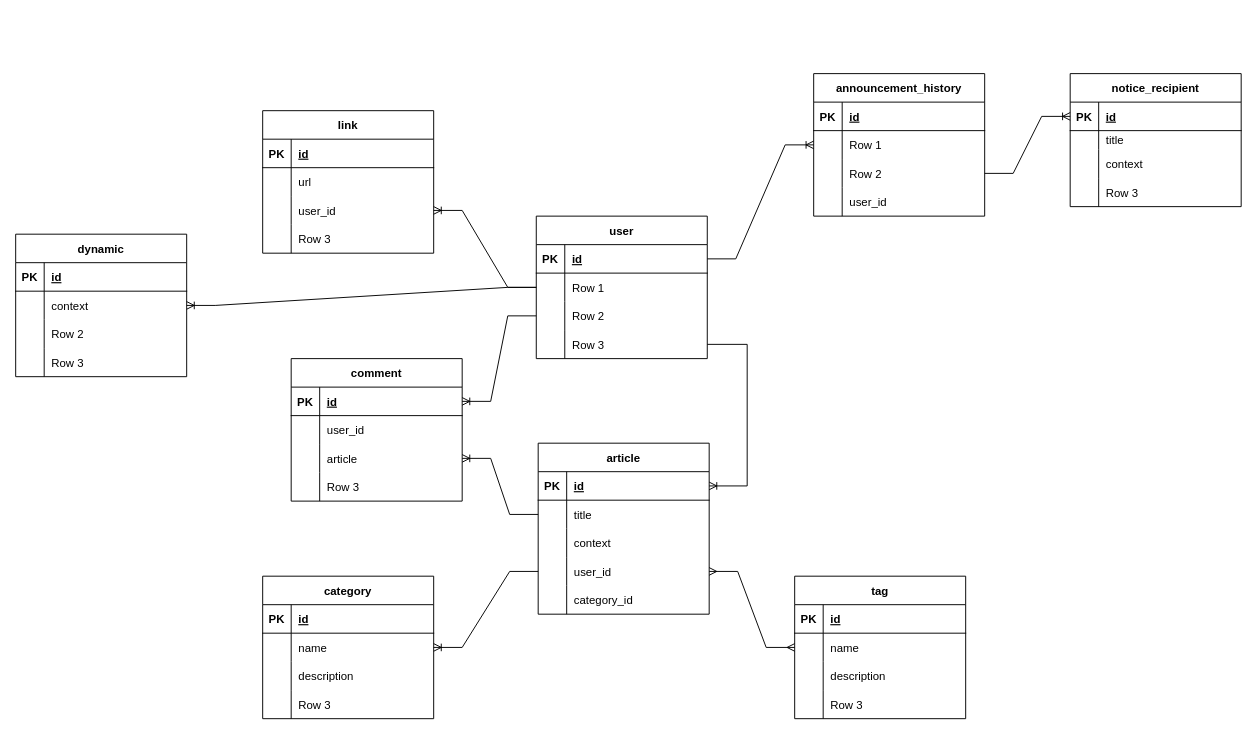
This is E-R_blog.drawio from viking-wj/software, a draw.io file, before an edit. Source tidied: cells renumbered, new cells numbered last; positions are measured from the earlier drawing's top-left corner, leaving out a move shared by most shapes. Both pictures are drawn from the tidied source at 95%, with x=0, y=0 at pixel (15, 73).
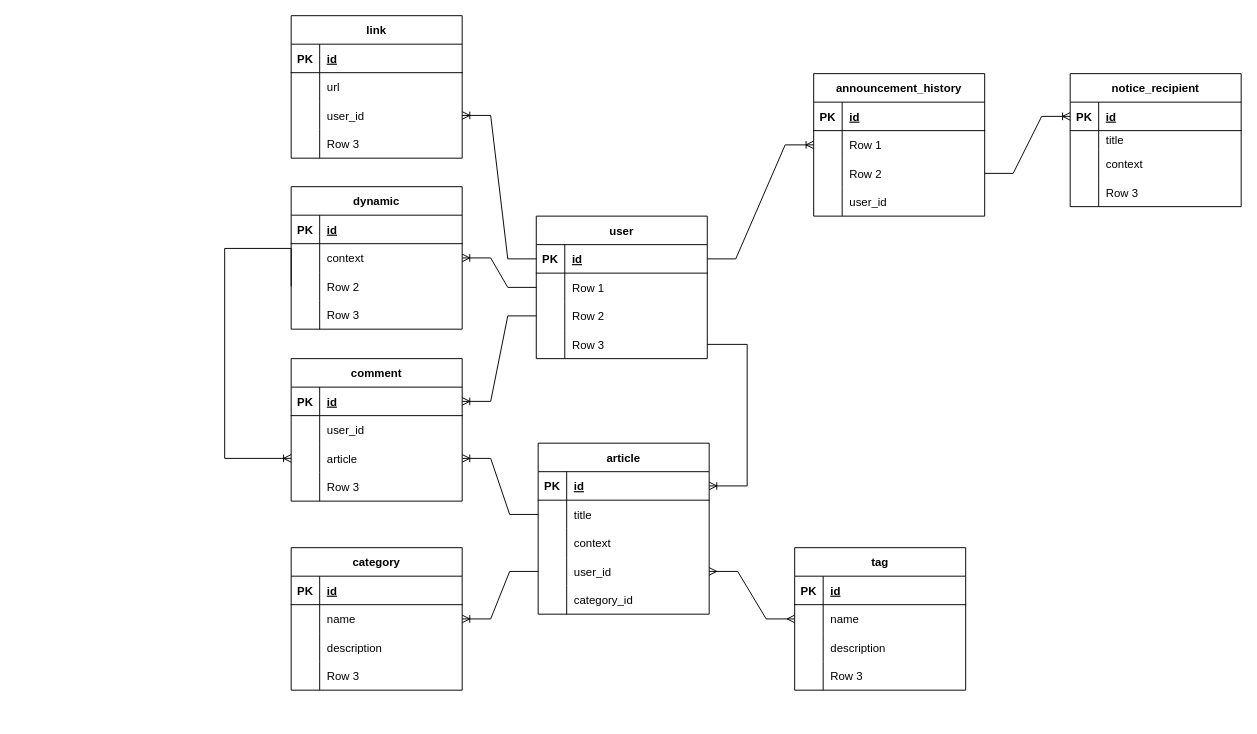
The same page after the edit.

The change refers to these unchanged cells:
```xml
<mxCell id="47" style="shape=tableRow;horizontal=0;startSize=0;swimlaneHead=0;swimlaneBody=0;fillColor=none;points=[[0,0.5],[1,0.5]];portConstraint=eastwest;top=0;left=0;right=0;bottom=1;" parent="46" vertex="1">
  <mxGeometry y="30" width="180" height="30" as="geometry" />
</mxCell>
<mxCell id="50" style="shape=tableRow;horizontal=0;startSize=0;swimlaneHead=0;swimlaneBody=0;fillColor=none;points=[[0,0.5],[1,0.5]];portConstraint=eastwest;top=0;left=0;right=0;bottom=0;" parent="46" vertex="1">
  <mxGeometry y="60" width="180" height="30" as="geometry" />
</mxCell>
<mxCell id="67" style="shape=tableRow;horizontal=0;startSize=0;swimlaneHead=0;swimlaneBody=0;fillColor=none;points=[[0,0.5],[1,0.5]];portConstraint=eastwest;top=0;left=0;right=0;bottom=0;" parent="60" vertex="1">
  <mxGeometry y="90" width="180" height="30" as="geometry" />
</mxCell>
<mxCell id="81" style="shape=tableRow;horizontal=0;startSize=0;swimlaneHead=0;swimlaneBody=0;fillColor=none;points=[[0,0.5],[1,0.5]];portConstraint=eastwest;top=0;left=0;right=0;bottom=0;" parent="74" vertex="1">
  <mxGeometry y="90" width="180" height="30" as="geometry" />
</mxCell>
<mxCell id="121" style="shape=tableRow;horizontal=0;startSize=0;swimlaneHead=0;swimlaneBody=0;fillColor=none;points=[[0,0.5],[1,0.5]];portConstraint=eastwest;top=0;left=0;right=0;bottom=0;" parent="117" vertex="1">
  <mxGeometry y="60" width="180" height="30" as="geometry" />
</mxCell>
<mxCell id="124" style="shape=tableRow;horizontal=0;startSize=0;swimlaneHead=0;swimlaneBody=0;fillColor=none;points=[[0,0.5],[1,0.5]];portConstraint=eastwest;top=0;left=0;right=0;bottom=0;" parent="117" vertex="1">
  <mxGeometry y="90" width="180" height="30" as="geometry" />
</mxCell>
```

The edit, as a diff of the source:
```diff
@@
     <mxCell id="18" value="tag" style="shape=table;startSize=30;childLayout=tableLayout;rowLines=0;fontStyle=1;align=center;" parent="1" vertex="1">
-      <mxGeometry x="820" y="529" width="180" height="150" as="geometry" />
+      <mxGeometry x="820" y="499" width="180" height="150" as="geometry" />
     </mxCell>
@@
     <mxCell id="31" value="category" style="shape=table;startSize=30;childLayout=tableLayout;rowLines=0;fontStyle=1;align=center;" parent="1" vertex="1">
-      <mxGeometry x="260" y="529" width="180" height="150" as="geometry" />
+      <mxGeometry x="290" y="499" width="180" height="150" as="geometry" />
     </mxCell>
@@
     <mxCell id="60" value="link" style="shape=table;startSize=30;childLayout=tableLayout;rowLines=0;fontStyle=1;align=center;" parent="1" vertex="1">
-      <mxGeometry x="260" y="39" width="180" height="150" as="geometry" />
+      <mxGeometry x="290" y="-61" width="180" height="150" as="geometry" />
     </mxCell>
@@
-    <mxCell id="73" style="edgeStyle=entityRelationEdgeStyle;fontSize=12;html=1;endArrow=ERoneToMany;rounded=0;entryX=1;entryY=0.5;entryDx=0;entryDy=0;exitX=0;exitY=0.5;exitDx=0;exitDy=0;" parent="1" edge="1" source="50" target="67">
+    <mxCell id="73" style="edgeStyle=entityRelationEdgeStyle;fontSize=12;html=1;endArrow=ERoneToMany;rounded=0;entryX=1;entryY=0.5;entryDx=0;entryDy=0;exitX=0;exitY=0.5;exitDx=0;exitDy=0;" parent="1" edge="1" source="47" target="67">
       <mxGeometry relative="1" as="geometry" />
     </mxCell>
@@
     <mxCell id="117" value="dynamic" style="shape=table;startSize=30;childLayout=tableLayout;rowLines=0;fontStyle=1;align=center;" parent="1" vertex="1">
-      <mxGeometry y="169" width="180" height="150" as="geometry" />
+      <mxGeometry x="290" y="119" width="180" height="150" as="geometry" />
     </mxCell>
@@
-    <mxCell id="130" style="edgeStyle=entityRelationEdgeStyle;fontSize=12;html=1;endArrow=ERoneToMany;rounded=0;entryX=1;entryY=0.5;entryDx=0;entryDy=0;" parent="1" edge="1" source="50" target="121">
+    <mxCell id="130" style="edgeStyle=entityRelationEdgeStyle;fontSize=12;html=1;endArrow=ERoneToMany;rounded=0;entryX=1;entryY=0.5;entryDx=0;entryDy=0;exitX=0;exitY=0.5;exitDx=0;exitDy=0;" parent="1" edge="1" source="50" target="121">
       <mxGeometry relative="1" as="geometry" />
     </mxCell>
+    <mxCell id="131" style="edgeStyle=orthogonalEdgeStyle;fontSize=12;html=1;endArrow=ERoneToMany;rounded=0;exitX=0;exitY=0.5;exitDx=0;exitDy=0;entryX=0;entryY=0.5;entryDx=0;entryDy=0;" parent="1" edge="1" source="124" target="81">
+      <mxGeometry relative="1" as="geometry">
+        <Array as="points">
+          <mxPoint x="220" y="184" />
+          <mxPoint x="220" y="405" />
+        </Array>
+      </mxGeometry>
+    </mxCell>
```
